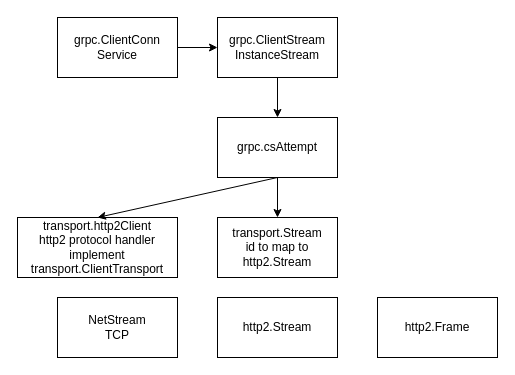
ethanvc/quickstart keeps this draw.io diagram as grpc/grpc.drawio. Above is the earlier version. Source tidied: cells renumbered, new cells numbered last; positions are measured from the earlier drawing's top-left corner, leaving out a move shared by most shapes. Both pictures are drawn from the tidied source at 100%, with x=0, y=0 at pixel (17, 17).
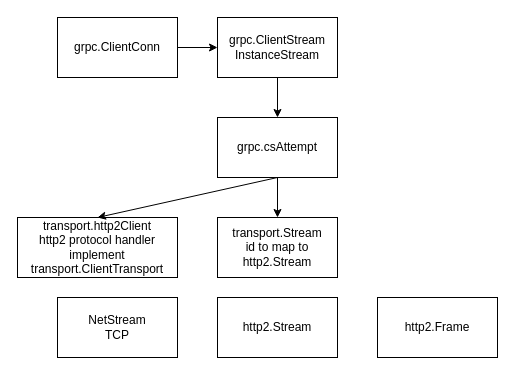
The same page after the edit.

Change to the diagram source:
```diff
@@
 <mxGraphModel>
   <root>
     <mxCell id="0" />
     <mxCell id="1" parent="0" />
-    <mxCell id="2" value="grpc.ClientConn&lt;br&gt;Service" style="rounded=0;whiteSpace=wrap;html=1;" parent="1" vertex="1">
+    <mxCell id="2" value="grpc.ClientConn" style="rounded=0;whiteSpace=wrap;html=1;" parent="1" vertex="1">
       <mxGeometry x="40" width="120" height="60" as="geometry" />
     </mxCell>
     <mxCell id="3" value="grpc.ClientStream&lt;br&gt;InstanceStream" style="rounded=0;whiteSpace=wrap;html=1;" parent="1" vertex="1">
       <mxGeometry x="200" width="120" height="60" as="geometry" />
     </mxCell>
     <mxCell id="4" value="http2.Stream" style="rounded=0;whiteSpace=wrap;html=1;" parent="1" vertex="1">
       <mxGeometry x="200" y="280" width="120" height="60" as="geometry" />
     </mxCell>
     <mxCell id="5" value="http2.Frame" style="rounded=0;whiteSpace=wrap;html=1;" parent="1" vertex="1">
       <mxGeometry x="360" y="280" width="120" height="60" as="geometry" />
     </mxCell>
     <mxCell id="6" value="NetStream&lt;br&gt;TCP" style="rounded=0;whiteSpace=wrap;html=1;" parent="1" vertex="1">
       <mxGeometry x="40" y="280" width="120" height="60" as="geometry" />
     </mxCell>
     <mxCell id="7" value="transport.http2Client&lt;br&gt;http2 protocol handler&lt;br&gt;implement transport.ClientTransport" style="rounded=0;whiteSpace=wrap;html=1;" parent="1" vertex="1">
       <mxGeometry y="200" width="160" height="60" as="geometry" />
     </mxCell>
     <mxCell id="8" value="transport.Stream&lt;br&gt;id to map to http2.Stream" style="rounded=0;whiteSpace=wrap;html=1;" parent="1" vertex="1">
       <mxGeometry x="200" y="200" width="120" height="60" as="geometry" />
     </mxCell>
     <mxCell id="9" style="endArrow=classic;html=1;rounded=0;exitX=1;exitY=0.5;exitDx=0;exitDy=0;entryX=0;entryY=0.5;entryDx=0;entryDy=0;" parent="1" edge="1" source="2" target="3">
       <mxGeometry relative="1" as="geometry" />
     </mxCell>
     <mxCell id="10" value="grpc.csAttempt" style="rounded=0;whiteSpace=wrap;html=1;" parent="1" vertex="1">
       <mxGeometry x="200" y="100" width="120" height="60" as="geometry" />
     </mxCell>
     <mxCell id="11" style="endArrow=classic;html=1;rounded=0;exitX=0.5;exitY=1;exitDx=0;exitDy=0;entryX=0.5;entryY=0;entryDx=0;entryDy=0;" parent="1" edge="1" source="3" target="10">
       <mxGeometry relative="1" as="geometry" />
     </mxCell>
     <mxCell id="12" style="endArrow=classic;html=1;rounded=0;exitX=0.5;exitY=1;exitDx=0;exitDy=0;entryX=0.5;entryY=0;entryDx=0;entryDy=0;" parent="1" edge="1" source="10" target="7">
       <mxGeometry relative="1" as="geometry" />
     </mxCell>
     <mxCell id="13" style="endArrow=classic;html=1;rounded=0;exitX=0.5;exitY=1;exitDx=0;exitDy=0;entryX=0.5;entryY=0;entryDx=0;entryDy=0;" parent="1" edge="1" source="10" target="8">
       <mxGeometry relative="1" as="geometry" />
     </mxCell>
   </root>
 </mxGraphModel>
```
